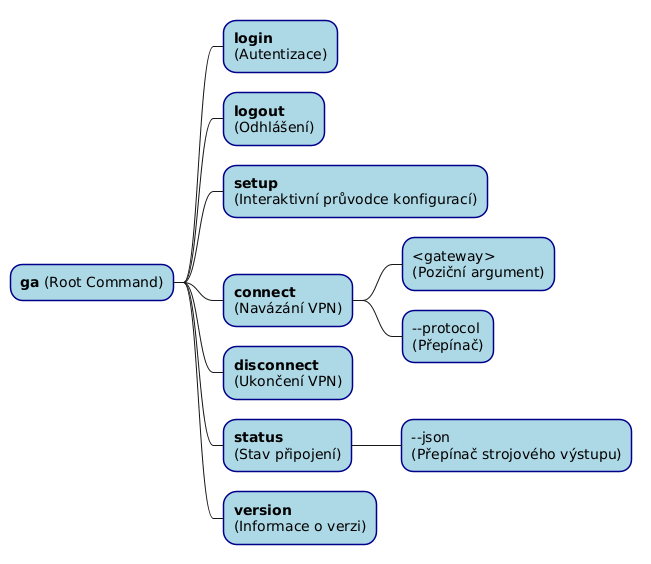
ValdemarPospisil/Bachelors keeps this PlantUML diagram as thesis/images/command-tree.png. Above is the earlier version.
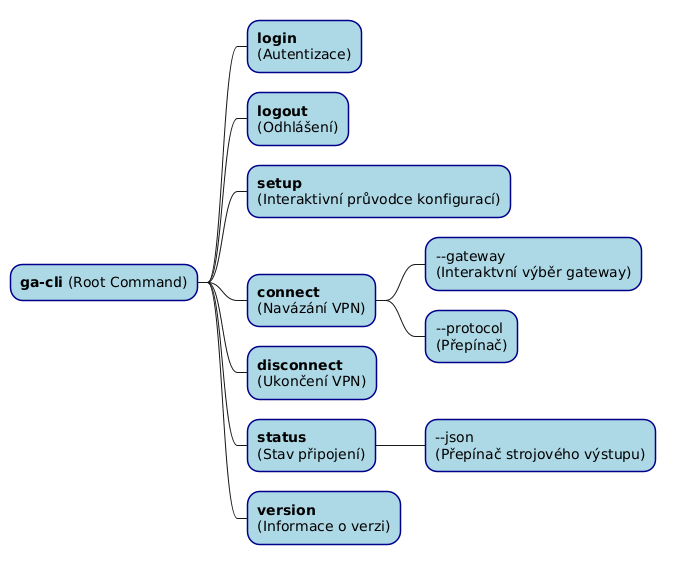
Above is the later version.

The edit, as a diff of the source:
```diff
@@ -6,12 +6,12 @@
     Padding 10
 }
 
-+ **ga** (Root Command)
++ **ga-cli** (Root Command)
 ++ **login**\n(Autentizace)
 ++ **logout**\n(Odhlášení)
 ++ **setup**\n(Interaktivní průvodce konfigurací)
 ++ **connect**\n(Navázání VPN)
-+++ <gateway>\n(Poziční argument)
++++ --gateway\n(Interaktvní výběr gateway)
 +++ --protocol\n(Přepínač)
 ++ **disconnect**\n(Ukončení VPN)
 ++ **status**\n(Stav připojení)
```
